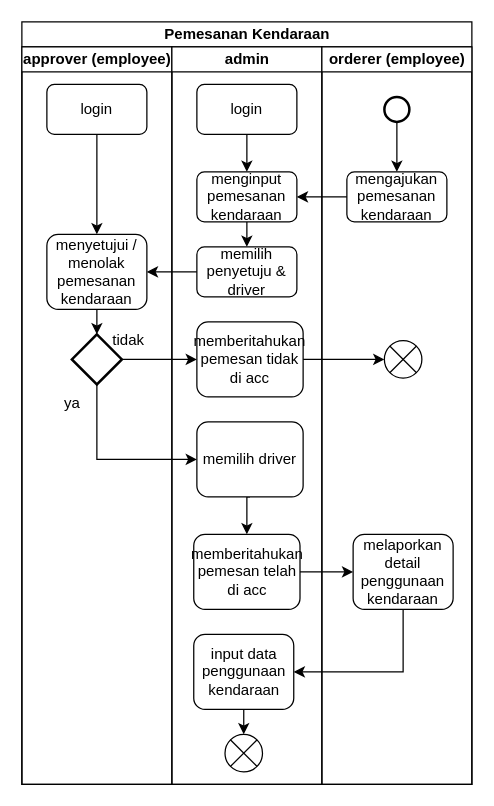
This is page "Page-2" (2 of 2) of docs/erd.drawio from fajaralfa/vehicle-reservations, a draw.io file, before an edit. Source tidied: cells renumbered, new cells numbered last; positions are measured from the earlier drawing's top-left corner, leaving out a move shared by most shapes. Both pictures are drawn from the tidied source at 125%, with x=0, y=0 at pixel (21, 21).
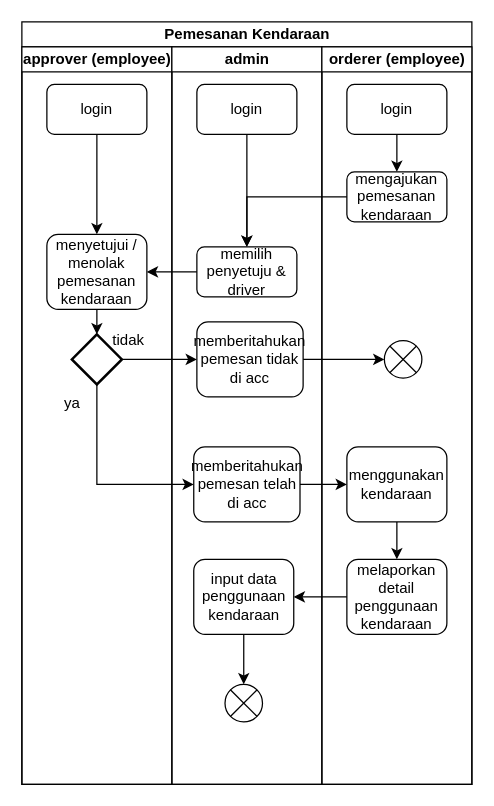
Above is the later version.

The change refers to these unchanged cells:
```xml
<mxCell id="2" value="Pemesanan Kendaraan" style="swimlane;startSize=20;html=1;" parent="1" vertex="1">
  <mxGeometry width="360" height="610" as="geometry" />
</mxCell>
<mxCell id="7" style="strokeWidth=2;html=1;shape=mxgraph.flowchart.decision;whiteSpace=wrap;" parent="3" vertex="1">
  <mxGeometry x="40" y="230" width="40" height="40" as="geometry" />
</mxCell>
<mxCell id="11" value="admin" style="swimlane;startSize=20;html=1;" parent="2" vertex="1">
  <mxGeometry x="120" y="20" width="120" height="590" as="geometry" />
</mxCell>
<mxCell id="14" value="login" style="rounded=1;whiteSpace=wrap;html=1;" parent="11" vertex="1">
  <mxGeometry x="20" y="30" width="80" height="40" as="geometry" />
</mxCell>
<mxCell id="22" value="memilih penyetuju &amp;amp; driver" style="rounded=1;whiteSpace=wrap;html=1;" parent="11" vertex="1">
  <mxGeometry x="20" y="160" width="80" height="40" as="geometry" />
</mxCell>
<mxCell id="24" value="orderer (employee)" style="swimlane;startSize=20;html=1;" parent="2" vertex="1">
  <mxGeometry x="240" y="20" width="120" height="590" as="geometry" />
</mxCell>
<mxCell id="27" value="mengajukan pemesanan kendaraan" style="rounded=1;whiteSpace=wrap;html=1;" parent="24" vertex="1">
  <mxGeometry x="20" y="100" width="80" height="40" as="geometry" />
</mxCell>
```

Diff of the diagram source:
```diff
@@
-    <mxCell id="12" value="menginput pemesanan kendaraan" style="rounded=1;whiteSpace=wrap;html=1;" parent="11" vertex="1">
-      <mxGeometry x="20" y="100" width="80" height="40" as="geometry" />
-    </mxCell>
-    <mxCell id="13" style="edgeStyle=orthogonalEdgeStyle;rounded=0;jettySize=auto;html=1;exitX=0.5;exitY=1;exitDx=0;exitDy=0;" parent="11" edge="1" source="14" target="12">
+    <mxCell id="13" style="edgeStyle=orthogonalEdgeStyle;rounded=0;jettySize=auto;html=1;exitX=0.5;exitY=1;exitDx=0;exitDy=0;" parent="11" edge="1" source="14" target="22">
       <mxGeometry relative="1" as="geometry" />
     </mxCell>
@@
     <mxCell id="15" value="input data penggunaan kendaraan" style="rounded=1;whiteSpace=wrap;html=1;" parent="11" vertex="1">
-      <mxGeometry x="17.5" y="470" width="80" height="60" as="geometry" />
+      <mxGeometry x="17.5" y="410" width="80" height="60" as="geometry" />
     </mxCell>
@@
-    <mxCell id="17" style="edgeStyle=orthogonalEdgeStyle;rounded=0;jettySize=auto;html=1;exitX=0.5;exitY=1;exitDx=0;exitDy=0;entryX=0.5;entryY=0;entryDx=0;entryDy=0;" parent="11" edge="1" source="18" target="19">
-      <mxGeometry relative="1" as="geometry" />
-    </mxCell>
-    <mxCell id="18" value="memilih driver" style="rounded=1;whiteSpace=wrap;html=1;" parent="11" vertex="1">
-      <mxGeometry x="20" y="300" width="85" height="60" as="geometry" />
-    </mxCell>
     <mxCell id="19" value="memberitahukan pemesan telah di acc" style="rounded=1;whiteSpace=wrap;html=1;" parent="11" vertex="1">
-      <mxGeometry x="17.5" y="390" width="85" height="60" as="geometry" />
+      <mxGeometry x="17.5" y="320" width="85" height="60" as="geometry" />
     </mxCell>
     <mxCell id="20" style="verticalLabelPosition=bottom;verticalAlign=top;html=1;shape=mxgraph.flowchart.or;" parent="11" vertex="1">
-      <mxGeometry x="42.5" y="550" width="30" height="30" as="geometry" />
+      <mxGeometry x="42.5" y="510" width="30" height="30" as="geometry" />
     </mxCell>
@@
-    <mxCell id="23" style="edgeStyle=orthogonalEdgeStyle;rounded=0;jettySize=auto;html=1;exitX=0.5;exitY=1;exitDx=0;exitDy=0;entryX=0.5;entryY=0;entryDx=0;entryDy=0;" parent="11" edge="1" source="12" target="22">
-      <mxGeometry relative="1" as="geometry" />
-    </mxCell>
@@
-    <mxCell id="25" style="edgeStyle=orthogonalEdgeStyle;rounded=0;jettySize=auto;html=1;exitX=0.5;exitY=1;exitDx=0;exitDy=0;exitPerimeter=0;" parent="24" edge="1" source="26" target="27">
+    <mxCell id="25" style="edgeStyle=orthogonalEdgeStyle;rounded=0;jettySize=auto;html=1;exitX=0.5;exitY=1;exitDx=0;exitDy=0;" parent="24" edge="1" source="39" target="27">
       <mxGeometry relative="1" as="geometry" />
     </mxCell>
-    <mxCell id="26" style="strokeWidth=2;html=1;shape=mxgraph.flowchart.start_2;whiteSpace=wrap;" parent="24" vertex="1">
-      <mxGeometry x="50" y="40" width="20" height="20" as="geometry" />
-    </mxCell>
@@
+    <mxCell id="37" style="edgeStyle=orthogonalEdgeStyle;rounded=0;jettySize=auto;html=1;exitX=0.5;exitY=1;exitDx=0;exitDy=0;" parent="24" edge="1" source="28" target="38">
+      <mxGeometry relative="1" as="geometry" />
+    </mxCell>
-    <mxCell id="28" value="melaporkan detail penggunaan kendaraan" style="rounded=1;whiteSpace=wrap;html=1;" parent="24" vertex="1">
-      <mxGeometry x="25" y="390" width="80" height="60" as="geometry" />
+    <mxCell id="28" value="menggunakan kendaraan" style="rounded=1;whiteSpace=wrap;html=1;" parent="24" vertex="1">
+      <mxGeometry x="20" y="320" width="80" height="60" as="geometry" />
     </mxCell>
@@
+    <mxCell id="38" value="melaporkan detail penggunaan kendaraan" style="rounded=1;whiteSpace=wrap;html=1;" parent="24" vertex="1">
+      <mxGeometry x="20" y="410" width="80" height="60" as="geometry" />
+    </mxCell>
+    <mxCell id="39" value="login" style="rounded=1;whiteSpace=wrap;html=1;" parent="24" vertex="1">
+      <mxGeometry x="20" y="30" width="80" height="40" as="geometry" />
+    </mxCell>
-    <mxCell id="30" style="edgeStyle=orthogonalEdgeStyle;rounded=0;jettySize=auto;html=1;exitX=0;exitY=0.5;exitDx=0;exitDy=0;" parent="2" edge="1" source="27" target="12">
+    <mxCell id="30" style="edgeStyle=orthogonalEdgeStyle;rounded=0;jettySize=auto;html=1;exitX=0;exitY=0.5;exitDx=0;exitDy=0;" parent="2" edge="1" source="27" target="22">
       <mxGeometry relative="1" as="geometry" />
     </mxCell>
-    <mxCell id="31" style="edgeStyle=orthogonalEdgeStyle;rounded=0;jettySize=auto;html=1;exitX=0.5;exitY=1;exitDx=0;exitDy=0;entryX=1;entryY=0.5;entryDx=0;entryDy=0;" parent="2" edge="1" source="28" target="15">
-      <mxGeometry relative="1" as="geometry" />
-    </mxCell>
@@
-    <mxCell id="34" style="edgeStyle=orthogonalEdgeStyle;rounded=0;jettySize=auto;html=1;exitX=0.5;exitY=1;exitDx=0;exitDy=0;exitPerimeter=0;entryX=0;entryY=0.5;entryDx=0;entryDy=0;" parent="2" edge="1" source="7" target="18">
+    <mxCell id="34" style="edgeStyle=orthogonalEdgeStyle;rounded=0;jettySize=auto;html=1;exitX=0.5;exitY=1;exitDx=0;exitDy=0;exitPerimeter=0;entryX=0;entryY=0.5;entryDx=0;entryDy=0;" parent="2" edge="1" source="7" target="19">
       <mxGeometry relative="1" as="geometry" />
     </mxCell>
@@
+    <mxCell id="40" style="edgeStyle=orthogonalEdgeStyle;rounded=0;jettySize=auto;html=1;exitX=0;exitY=0.5;exitDx=0;exitDy=0;entryX=1;entryY=0.5;entryDx=0;entryDy=0;" parent="2" edge="1" source="38" target="15">
+      <mxGeometry relative="1" as="geometry" />
+    </mxCell>
```
